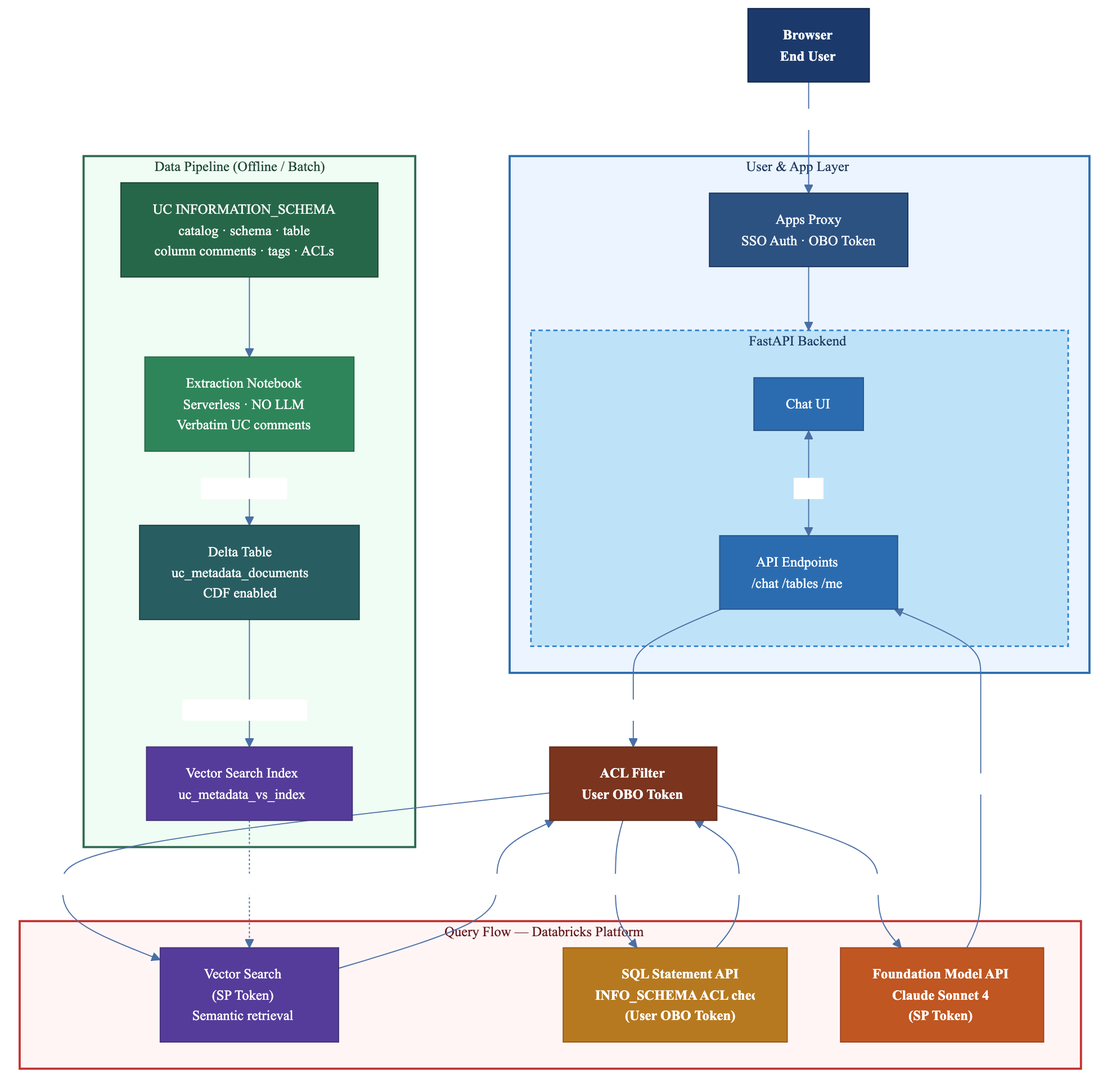
Earlier version of the Mermaid export frontend/uc_discovery_agent_arch.png (Jaipats/UnityCatalogInsights). Its source is kept beside it as frontend/uc_discovery_agent_arch.mmd.
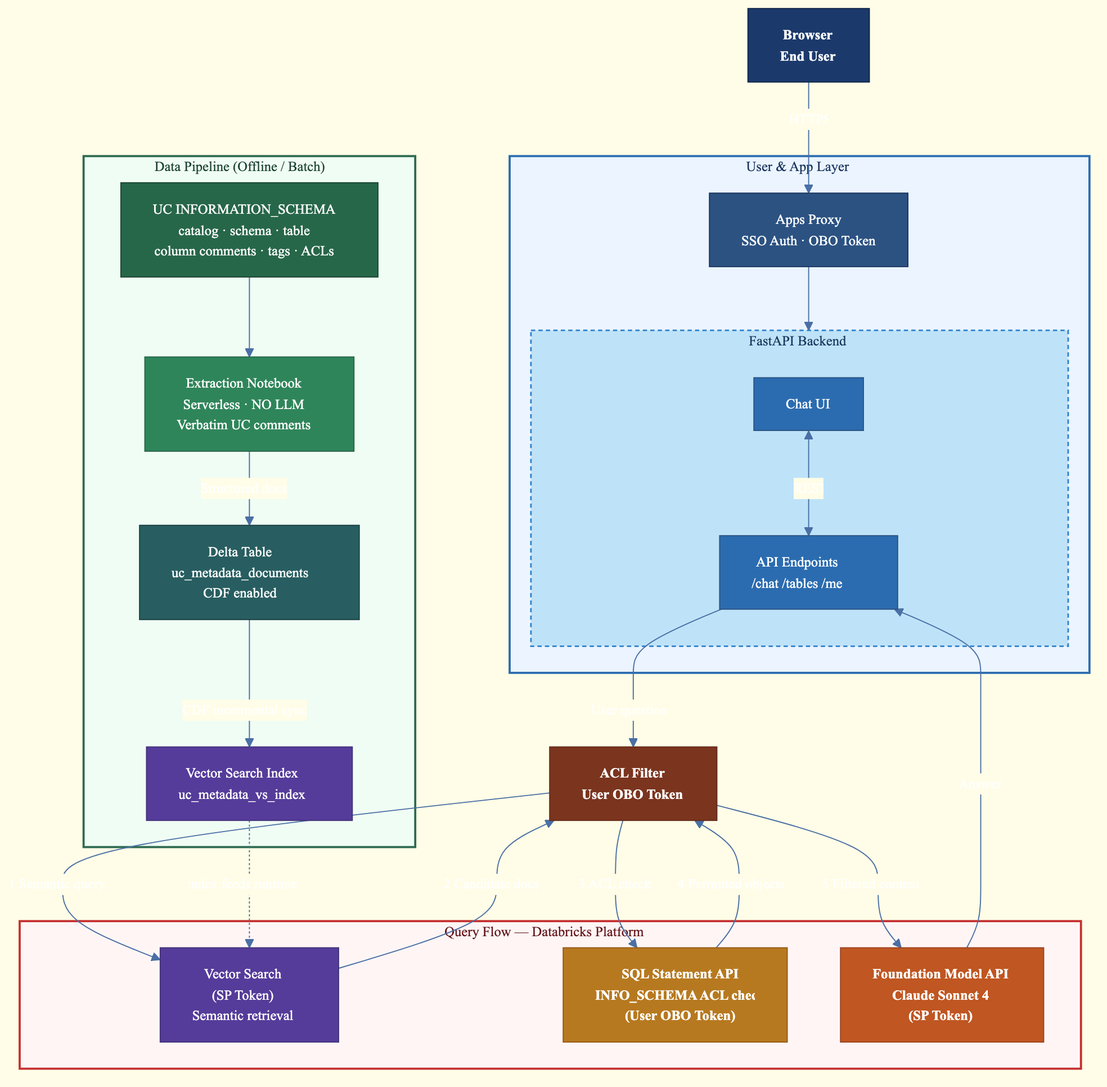
The same file after the commit.

Commit message:
Change white backgrounds to yellow in architecture diagram

What changed in the source:
```diff
@@ -5,11 +5,11 @@
     "primaryTextColor": "#FFFFFF",
     "primaryBorderColor": "#0F2548",
     "lineColor": "#4A6FA5",
-    "background": "#FFFFFF",
-    "clusterBkg": "#F8FAFC",
+    "background": "#FFFDE7",
+    "clusterBkg": "#FFF9C4",
     "clusterBorder": "#5A7BAD",
     "titleColor": "#1B3A6B",
-    "edgeLabelBackground": "#FFFFFF",
+    "edgeLabelBackground": "#FFFDE7",
     "fontFamily": "Segoe UI, Helvetica Neue, Arial, sans-serif",
     "fontSize": "13px"
   }
```
